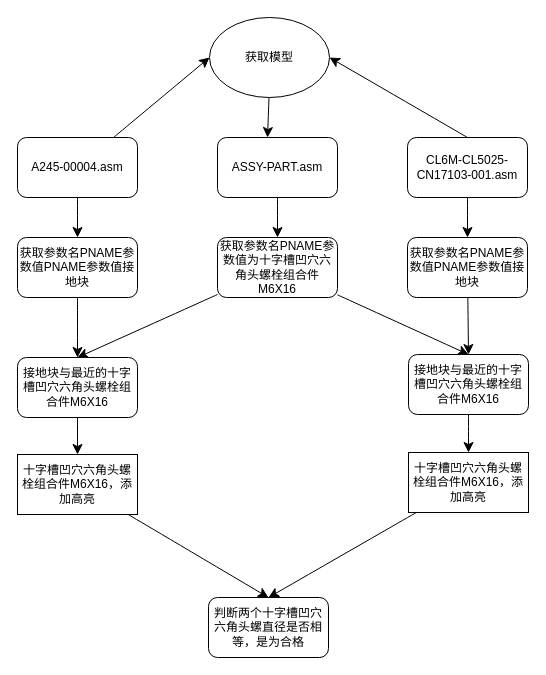
The draw.io diagram 19-6.drawio in williammikasoT/test_code, before the edit. Source tidied: cells renumbered, new cells numbered last; positions are measured from the earlier drawing's top-left corner, leaving out a move shared by most shapes. Both pictures are drawn from the tidied source at 100%, with x=0, y=0 at pixel (17, 17).
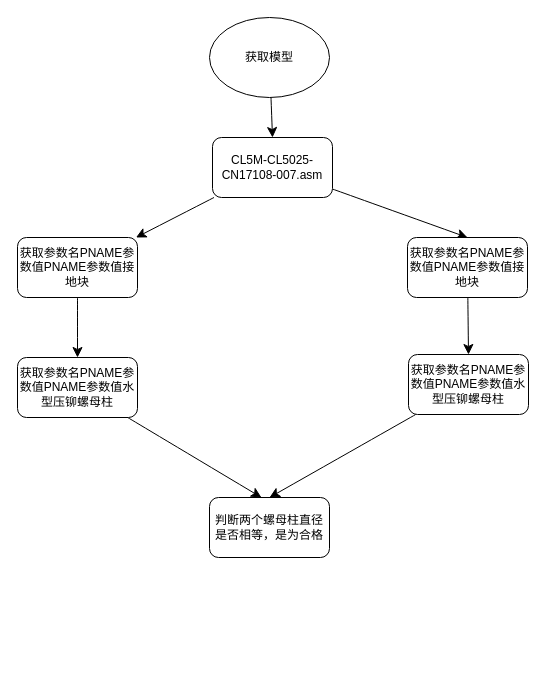
The same page after the edit.

Unchanged cells that the change refers to:
```xml
<mxCell id="3" value="获取模型" style="ellipse;whiteSpace=wrap;html=1;shapeInside=1;" parent="1" vertex="1">
  <mxGeometry x="192" width="120" height="80" as="geometry" />
</mxCell>
<mxCell id="13" value="获取参数名PNAME参数值PNAME参数值接地块" style="rounded=1;whiteSpace=wrap;html=1;" parent="1" vertex="1">
  <mxGeometry x="390" y="220" width="120" height="60" as="geometry" />
</mxCell>
```

What changed in the source:
```diff
@@
-    <mxCell id="2" style="edgeStyle=none;curved=1;rounded=0;curveGeometry=1;jettySize=auto;html=1;entryX=0.417;entryY=0;entryDx=0;entryDy=0;fontSize=12;defaultLabelBackgroundColor=page;startSize=8;endSize=8;" parent="1" edge="1" source="3" target="15">
-      <mxGeometry relative="1" as="geometry" />
-    </mxCell>
+    <mxCell id="28" style="edgeStyle=none;curved=1;rounded=0;curveGeometry=1;jettySize=auto;html=1;entryX=0.5;entryY=0;entryDx=0;entryDy=0;fontSize=12;defaultLabelBackgroundColor=page;startSize=8;endSize=8;" parent="1" edge="1" source="3" target="6">
+      <mxGeometry relative="1" as="geometry" />
+    </mxCell>
@@
-    <mxCell id="5" style="edgeStyle=none;curved=1;rounded=0;curveGeometry=1;jettySize=auto;html=1;entryX=0;entryY=0.5;entryDx=0;entryDy=0;fontSize=12;defaultLabelBackgroundColor=page;startSize=8;endSize=8;" parent="1" edge="1" source="6" target="3">
-      <mxGeometry relative="1" as="geometry" />
-    </mxCell>
+    <mxCell id="29" style="edgeStyle=none;curved=1;rounded=0;curveGeometry=1;jettySize=auto;html=1;entryX=0.5;entryY=0;entryDx=0;entryDy=0;fontSize=12;defaultLabelBackgroundColor=page;startSize=8;endSize=8;" parent="1" edge="1" source="6" target="13">
+      <mxGeometry relative="1" as="geometry" />
+    </mxCell>
-    <mxCell id="6" value="A245-00004.asm" style="rounded=1;whiteSpace=wrap;html=1;roundedPerimeter=1;" parent="1" vertex="1">
-      <mxGeometry y="120" width="120" height="60" as="geometry" />
+    <mxCell id="6" value="CL5M-CL5025-CN17108-007.asm" style="rounded=1;whiteSpace=wrap;html=1;roundedPerimeter=1;" parent="1" vertex="1">
+      <mxGeometry x="195" y="120" width="120" height="60" as="geometry" />
     </mxCell>
-    <mxCell id="7" style="edgeStyle=none;curved=1;rounded=0;curveGeometry=1;jettySize=auto;html=1;entryX=0.5;entryY=0;entryDx=0;entryDy=0;fontSize=12;defaultLabelBackgroundColor=page;startSize=8;endSize=8;" parent="1" edge="1" source="9" target="13">
-      <mxGeometry relative="1" as="geometry" />
-    </mxCell>
-    <mxCell id="8" style="edgeStyle=none;curved=1;rounded=0;curveGeometry=1;jettySize=auto;html=1;exitX=0.5;exitY=0;exitDx=0;exitDy=0;entryX=1;entryY=0.5;entryDx=0;entryDy=0;fontSize=12;defaultLabelBackgroundColor=page;startSize=8;endSize=8;" parent="1" edge="1" source="9" target="3">
-      <mxGeometry relative="1" as="geometry" />
-    </mxCell>
-    <mxCell id="9" value="CL6M-CL5025-CN17103-001.asm" style="rounded=1;whiteSpace=wrap;html=1;roundedPerimeter=1;" parent="1" vertex="1">
-      <mxGeometry x="390" y="120" width="120" height="60" as="geometry" />
-    </mxCell>
@@
-    <mxCell id="14" style="edgeStyle=none;curved=1;rounded=0;curveGeometry=1;orthogonalLoop=1;jettySize=auto;html=1;fontSize=12;defaultLabelBackgroundColor=page;startSize=8;endSize=8;" parent="1" edge="1">
-      <mxGeometry relative="1" as="geometry">
-        <mxPoint x="260" y="180" as="sourcePoint" />
-        <mxPoint x="260" y="220" as="targetPoint" />
-      </mxGeometry>
-    </mxCell>
-    <mxCell id="15" value="ASSY-PART.asm" style="rounded=1;whiteSpace=wrap;html=1;roundedPerimeter=1;" parent="1" vertex="1">
-      <mxGeometry x="200" y="120" width="120" height="60" as="geometry" />
-    </mxCell>
-    <mxCell id="16" style="edgeStyle=none;curved=1;rounded=0;curveGeometry=1;jettySize=auto;html=1;entryX=0.5;entryY=0;entryDx=0;entryDy=0;fontSize=12;defaultLabelBackgroundColor=page;startSize=8;endSize=8;" parent="1" edge="1" source="18" target="20">
-      <mxGeometry relative="1" as="geometry" />
-    </mxCell>
-    <mxCell id="17" style="edgeStyle=none;curved=1;rounded=0;curveGeometry=1;jettySize=auto;html=1;entryX=0.5;entryY=0;entryDx=0;entryDy=0;fontSize=12;defaultLabelBackgroundColor=page;startSize=8;endSize=8;" parent="1" edge="1" source="18" target="22">
-      <mxGeometry relative="1" as="geometry" />
-    </mxCell>
-    <mxCell id="18" value="获取参数名PNAME参数值为十字槽凹穴六角头螺栓组合件M6X16" style="rounded=1;whiteSpace=wrap;html=1;" parent="1" vertex="1">
-      <mxGeometry x="200" y="220" width="120" height="60" as="geometry" />
-    </mxCell>
-    <mxCell id="19" style="edgeStyle=none;curved=1;rounded=0;curveGeometry=1;jettySize=auto;html=1;fontSize=12;defaultLabelBackgroundColor=page;startSize=8;endSize=8;" parent="1" edge="1" source="20" target="24">
+    <mxCell id="19" style="edgeStyle=none;curved=1;rounded=0;curveGeometry=1;jettySize=auto;html=1;fontSize=12;defaultLabelBackgroundColor=page;startSize=8;endSize=8;entryX=0.435;entryY=0.013;entryDx=0;entryDy=0;" parent="1" edge="1" source="20" target="27">
       <mxGeometry relative="1" as="geometry" />
     </mxCell>
-    <mxCell id="20" value="接地块与最近的十字槽凹穴六角头螺栓组合件M6X16" style="rounded=1;whiteSpace=wrap;html=1;" parent="1" vertex="1">
+    <mxCell id="20" value="获取参数名PNAME参数值PNAME参数值水型压铆螺母柱" style="rounded=1;whiteSpace=wrap;html=1;" parent="1" vertex="1">
       <mxGeometry y="340" width="120" height="60" as="geometry" />
     </mxCell>
-    <mxCell id="21" style="edgeStyle=none;curved=1;rounded=0;curveGeometry=1;jettySize=auto;html=1;entryX=0.5;entryY=0;entryDx=0;entryDy=0;fontSize=12;defaultLabelBackgroundColor=page;startSize=8;endSize=8;" parent="1" edge="1" source="22" target="26">
+    <mxCell id="21" style="edgeStyle=none;curved=1;rounded=0;curveGeometry=1;jettySize=auto;html=1;entryX=0.5;entryY=0;entryDx=0;entryDy=0;fontSize=12;defaultLabelBackgroundColor=page;startSize=8;endSize=8;" parent="1" edge="1" source="22" target="27">
       <mxGeometry relative="1" as="geometry" />
     </mxCell>
-    <mxCell id="22" value="接地块与最近的十字槽凹穴六角头螺栓组合件M6X16" style="rounded=1;whiteSpace=wrap;html=1;" parent="1" vertex="1">
+    <mxCell id="22" value="获取参数名PNAME参数值PNAME参数值水型压铆螺母柱" style="rounded=1;whiteSpace=wrap;html=1;" parent="1" vertex="1">
       <mxGeometry x="391" y="337" width="120" height="60" as="geometry" />
     </mxCell>
-    <mxCell id="23" style="edgeStyle=none;curved=1;rounded=0;curveGeometry=1;jettySize=auto;html=1;fontSize=12;defaultLabelBackgroundColor=page;startSize=8;endSize=8;entryX=0.5;entryY=0;entryDx=0;entryDy=0;" parent="1" edge="1" source="24" target="27">
-      <mxGeometry relative="1" as="geometry" />
-    </mxCell>
-    <mxCell id="24" value="十字槽凹穴六角头螺栓组合件M6X16，添加高亮" style="whiteSpace=wrap;html=1;" parent="1" vertex="1">
-      <mxGeometry y="437" width="120" height="60" as="geometry" />
-    </mxCell>
-    <mxCell id="25" style="edgeStyle=none;curved=1;rounded=0;curveGeometry=1;jettySize=auto;html=1;entryX=0.5;entryY=0;entryDx=0;entryDy=0;fontSize=12;defaultLabelBackgroundColor=page;startSize=8;endSize=8;" parent="1" edge="1" source="26" target="27">
-      <mxGeometry relative="1" as="geometry" />
-    </mxCell>
-    <mxCell id="26" value="十字槽凹穴六角头螺栓组合件M6X16，添加高亮" style="whiteSpace=wrap;html=1;" parent="1" vertex="1">
-      <mxGeometry x="391" y="435" width="120" height="60" as="geometry" />
-    </mxCell>
-    <mxCell id="27" value="判断两个十字槽凹穴六角头螺直径是否相等，是为合格" style="rounded=1;whiteSpace=wrap;html=1;roundedPerimeter=1;" parent="1" vertex="1">
-      <mxGeometry x="191" y="580" width="120" height="60" as="geometry" />
+    <mxCell id="27" value="判断两个螺母柱直径是否相等，是为合格" style="rounded=1;whiteSpace=wrap;html=1;roundedPerimeter=1;" parent="1" vertex="1">
+      <mxGeometry x="192" y="480" width="120" height="60" as="geometry" />
     </mxCell>
```
